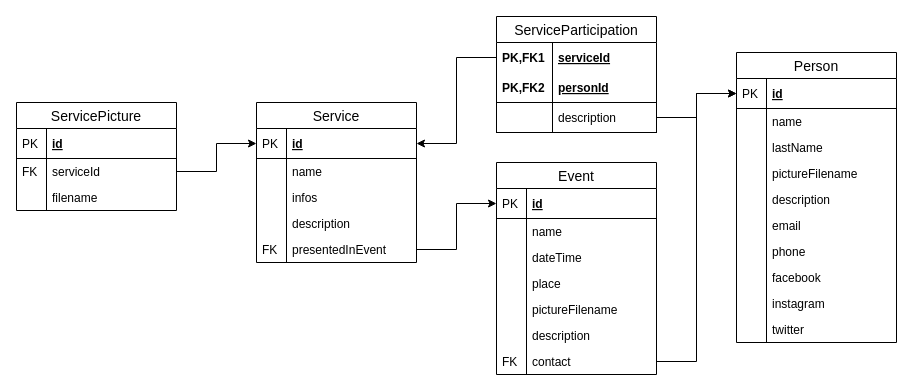
The draw.io diagram DesignDocument/diagrams/RelationalTables.drawio in Alenichel/CodiglioniDellOglioNichelini-HypermediaProject, before the edit. Source tidied: cells renumbered, new cells numbered last; positions are measured from the earlier drawing's top-left corner, leaving out a move shared by most shapes. Both pictures are drawn from the tidied source at 100%, with x=0, y=0 at pixel (16, 16).
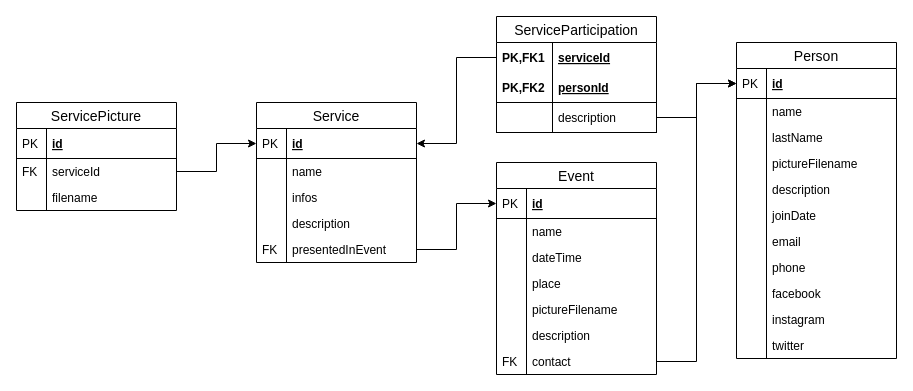
The same page after the edit.

Unchanged cells that the change refers to:
```xml
<mxCell id="45" value="contact" style="shape=partialRectangle;top=0;left=0;right=0;bottom=0;align=left;verticalAlign=top;fillColor=none;spacingLeft=34;spacingRight=4;overflow=hidden;points=[[0,0.5],[1,0.5]];portConstraint=eastwest;fontSize=12;" parent="32" vertex="1">
  <mxGeometry y="186" width="160" height="26" as="geometry" />
</mxCell>
<mxCell id="48" value="id" style="shape=partialRectangle;top=0;left=0;right=0;bottom=1;align=left;verticalAlign=middle;fillColor=none;spacingLeft=34;spacingRight=4;overflow=hidden;points=[[0,0.5],[1,0.5]];portConstraint=eastwest;fontStyle=5;fontSize=12;" parent="47" vertex="1">
  <mxGeometry y="26" width="160" height="30" as="geometry" />
</mxCell>
```

What changed in the source:
```diff
@@
     <mxCell id="24" style="edgeStyle=orthogonalEdgeStyle;rounded=0;jettySize=auto;html=1;exitX=1;exitY=0.5;exitDx=0;exitDy=0;entryX=0;entryY=0.5;entryDx=0;entryDy=0;" parent="1" edge="1" source="45" target="48">
       <mxGeometry relative="1" as="geometry">
         <Array as="points">
           <mxPoint x="680" y="345" />
-          <mxPoint x="680" y="77" />
+          <mxPoint x="680" y="67" />
         </Array>
       </mxGeometry>
     </mxCell>
@@
     <mxCell id="47" value="Person" style="swimlane;fontStyle=0;horizontal=1;startSize=26;align=center;fontSize=14;" parent="1" vertex="1">
-      <mxGeometry x="720" y="36" width="160" height="290" as="geometry" />
+      <mxGeometry x="720" y="26" width="160" height="316" as="geometry" />
     </mxCell>
@@
+    <mxCell id="68" value="joinDate" style="shape=partialRectangle;top=0;left=0;right=0;bottom=0;align=left;verticalAlign=top;fillColor=none;spacingLeft=34;spacingRight=4;overflow=hidden;fontSize=12;" parent="47" vertex="1">
+      <mxGeometry y="160" width="160" height="26" as="geometry" />
+    </mxCell>
+    <mxCell id="69" style="shape=partialRectangle;top=0;left=0;bottom=0;fillColor=none;align=left;verticalAlign=top;spacingLeft=4;spacingRight=4;overflow=hidden;fontSize=12;" parent="68" vertex="1">
+      <mxGeometry width="30" height="26" as="geometry" />
+    </mxCell>
     <mxCell id="58" value="email" style="shape=partialRectangle;top=0;left=0;right=0;bottom=0;align=left;verticalAlign=top;fillColor=none;spacingLeft=34;spacingRight=4;overflow=hidden;fontSize=12;" parent="47" vertex="1">
-      <mxGeometry y="160" width="160" height="26" as="geometry" />
+      <mxGeometry y="186" width="160" height="26" as="geometry" />
     </mxCell>
@@
     <mxCell id="60" value="phone" style="shape=partialRectangle;top=0;left=0;right=0;bottom=0;align=left;verticalAlign=top;fillColor=none;spacingLeft=34;spacingRight=4;overflow=hidden;fontSize=12;" parent="47" vertex="1">
-      <mxGeometry y="186" width="160" height="26" as="geometry" />
+      <mxGeometry y="212" width="160" height="26" as="geometry" />
     </mxCell>
@@
     <mxCell id="62" value="facebook" style="shape=partialRectangle;top=0;left=0;right=0;bottom=0;align=left;verticalAlign=top;fillColor=none;spacingLeft=34;spacingRight=4;overflow=hidden;fontSize=12;" parent="47" vertex="1">
-      <mxGeometry y="212" width="160" height="26" as="geometry" />
+      <mxGeometry y="238" width="160" height="26" as="geometry" />
     </mxCell>
@@
     <mxCell id="64" value="instagram" style="shape=partialRectangle;top=0;left=0;right=0;bottom=0;align=left;verticalAlign=top;fillColor=none;spacingLeft=34;spacingRight=4;overflow=hidden;fontSize=12;" parent="47" vertex="1">
-      <mxGeometry y="238" width="160" height="26" as="geometry" />
+      <mxGeometry y="264" width="160" height="26" as="geometry" />
     </mxCell>
@@
     <mxCell id="66" value="twitter" style="shape=partialRectangle;top=0;left=0;right=0;bottom=0;align=left;verticalAlign=top;fillColor=none;spacingLeft=34;spacingRight=4;overflow=hidden;fontSize=12;" parent="47" vertex="1">
-      <mxGeometry y="264" width="160" height="26" as="geometry" />
+      <mxGeometry y="290" width="160" height="26" as="geometry" />
     </mxCell>
```
